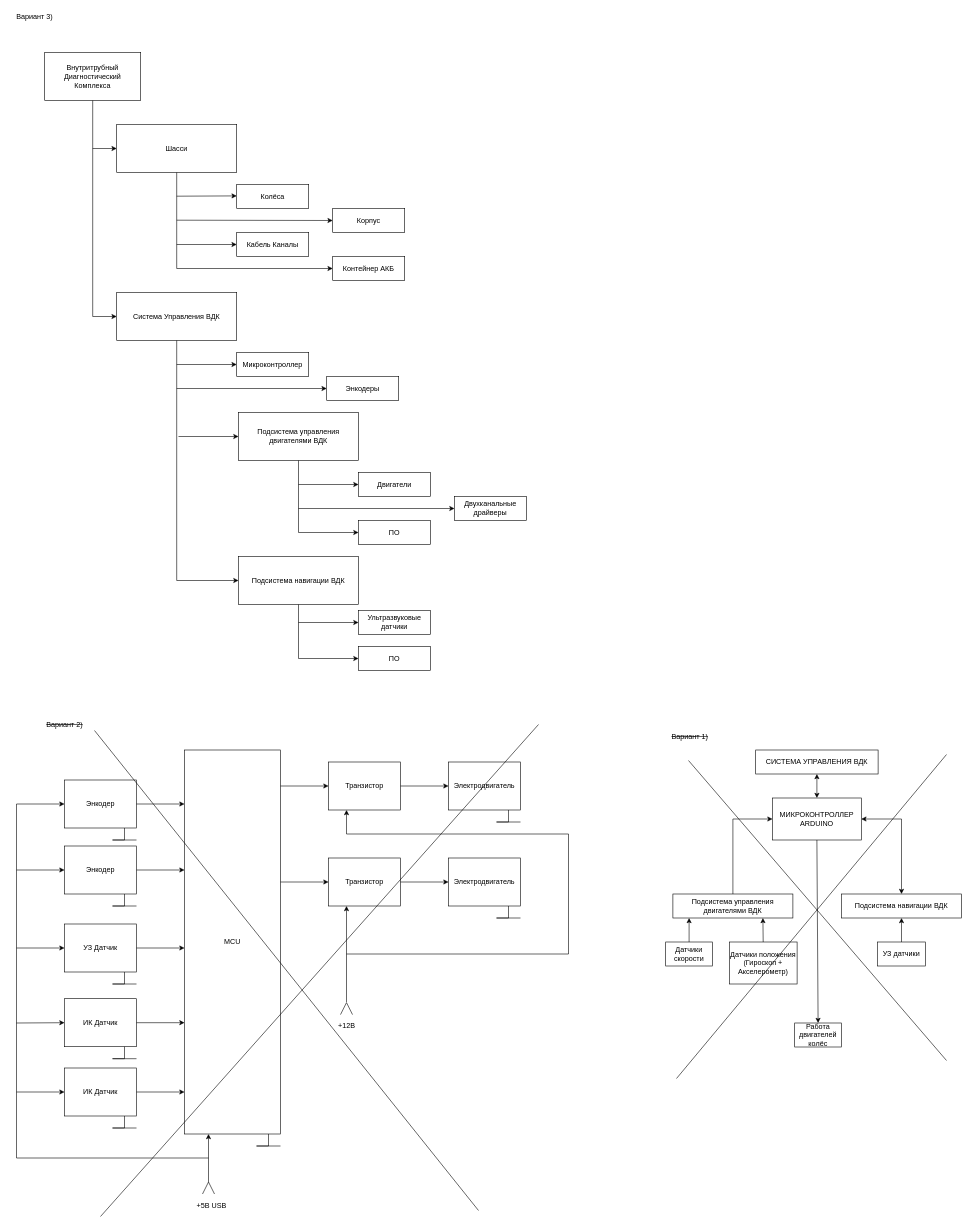
Above: Наработки/Структурная Схема.drawio in AlexRussellGit/VKR---Russell-Alexander (draw.io), before the change. Source tidied: cells renumbered, new cells numbered last; positions are measured from the earlier drawing's top-left corner, leaving out a move shared by most shapes. Both pictures are drawn from the tidied source at 60%, with x=0, y=0 at pixel (10, 10).
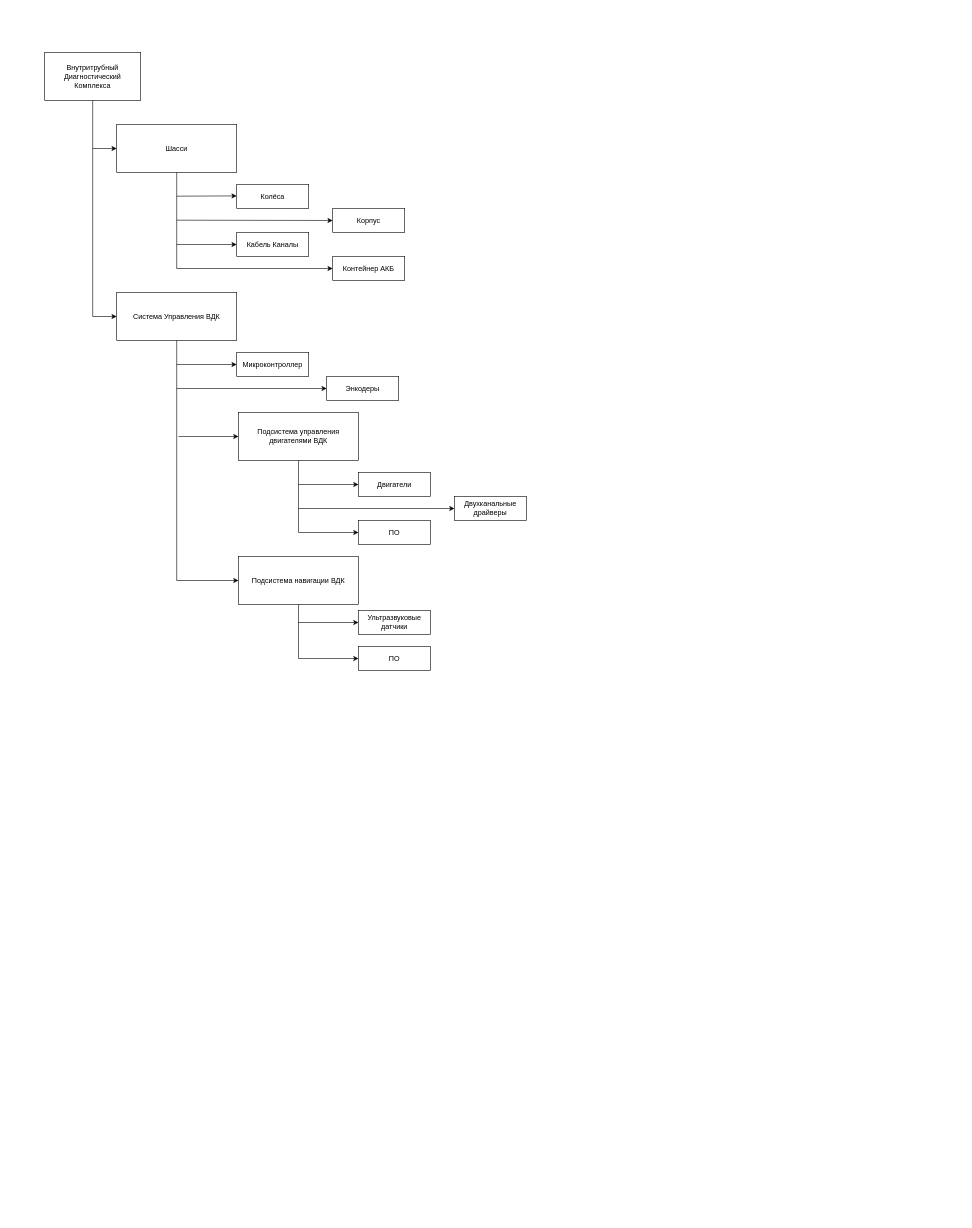
After the change.

Diff of the diagram source:
```diff
@@
-    <mxCell id="2" value="СИСТЕМА УПРАВЛЕНИЯ ВДК" style="rounded=0;whiteSpace=wrap;html=1;" parent="1" vertex="1">
-      <mxGeometry x="1242" y="1232.5" width="204" height="40" as="geometry" />
-    </mxCell>
-    <mxCell id="3" value="Подсистема управления двигателями ВДК" style="rounded=0;whiteSpace=wrap;html=1;" parent="1" vertex="1">
-      <mxGeometry x="1104" y="1472.5" width="200" height="40" as="geometry" />
-    </mxCell>
-    <mxCell id="4" value="Подсистема навигации ВДК" style="rounded=0;whiteSpace=wrap;html=1;" parent="1" vertex="1">
-      <mxGeometry x="1385" y="1472.5" width="200" height="40" as="geometry" />
-    </mxCell>
-    <mxCell id="5" value="Датчики скорости" style="rounded=0;whiteSpace=wrap;html=1;" parent="1" vertex="1">
-      <mxGeometry x="1092" y="1552.5" width="78" height="40" as="geometry" />
-    </mxCell>
-    <mxCell id="6" style="endArrow=classic;html=1;rounded=0;entryX=0.25;entryY=1;entryDx=0;entryDy=0;exitX=0.5;exitY=0;exitDx=0;exitDy=0;" parent="1" edge="1" source="5">
-      <mxGeometry relative="1" as="geometry">
-        <mxPoint x="1131" y="1512.5" as="targetPoint" />
-      </mxGeometry>
-    </mxCell>
-    <mxCell id="7" value="Датчики положения (Гироскоп + Акселерометр)" style="rounded=0;whiteSpace=wrap;html=1;" parent="1" vertex="1">
-      <mxGeometry x="1198" y="1552.5" width="113" height="70" as="geometry" />
-    </mxCell>
-    <mxCell id="8" style="endArrow=classic;html=1;rounded=0;exitX=0.5;exitY=0;exitDx=0;exitDy=0;entryX=0.75;entryY=1;entryDx=0;entryDy=0;" parent="1" edge="1" source="7" target="3">
-      <mxGeometry relative="1" as="geometry" />
-    </mxCell>
-    <mxCell id="9" value="Работа двигателей колёс" style="rounded=0;whiteSpace=wrap;html=1;" parent="1" vertex="1">
-      <mxGeometry x="1307" y="1687.5" width="78" height="40" as="geometry" />
-    </mxCell>
-    <mxCell id="10" value="УЗ датчики" style="rounded=0;whiteSpace=wrap;html=1;" parent="1" vertex="1">
-      <mxGeometry x="1445" y="1552.5" width="80" height="40" as="geometry" />
-    </mxCell>
-    <mxCell id="11" style="endArrow=classic;html=1;rounded=0;exitX=0.5;exitY=0;exitDx=0;exitDy=0;entryX=0.75;entryY=1;entryDx=0;entryDy=0;" parent="1" edge="1" source="10">
-      <mxGeometry relative="1" as="geometry">
-        <mxPoint x="1485" y="1512.5" as="targetPoint" />
-      </mxGeometry>
-    </mxCell>
-    <mxCell id="12" value="МИКРОКОНТРОЛЛЕР ARDUINO" style="rounded=0;whiteSpace=wrap;html=1;" parent="1" vertex="1">
-      <mxGeometry x="1270" y="1312.5" width="148" height="70" as="geometry" />
-    </mxCell>
-    <mxCell id="13" style="endArrow=classic;html=1;rounded=0;exitX=0.5;exitY=0;exitDx=0;exitDy=0;entryX=0;entryY=0.5;entryDx=0;entryDy=0;" parent="1" edge="1" source="3" target="12">
-      <mxGeometry relative="1" as="geometry">
-        <Array as="points">
-          <mxPoint x="1204" y="1347.5" />
-        </Array>
-      </mxGeometry>
-    </mxCell>
-    <mxCell id="14" style="endArrow=classic;startArrow=classic;html=1;rounded=0;entryX=1;entryY=0.5;entryDx=0;entryDy=0;exitX=0.5;exitY=0;exitDx=0;exitDy=0;" parent="1" edge="1" source="4" target="12">
-      <mxGeometry relative="1" as="geometry">
-        <Array as="points">
-          <mxPoint x="1485" y="1347.5" />
-        </Array>
-      </mxGeometry>
-    </mxCell>
-    <mxCell id="15" style="endArrow=classic;startArrow=classic;html=1;rounded=0;entryX=0.5;entryY=1;entryDx=0;entryDy=0;" parent="1" edge="1" source="12" target="2">
-      <mxGeometry relative="1" as="geometry" />
-    </mxCell>
-    <mxCell id="16" style="endArrow=classic;html=1;rounded=0;exitX=0.5;exitY=1;exitDx=0;exitDy=0;entryX=0.5;entryY=0;entryDx=0;entryDy=0;" parent="1" edge="1" source="12" target="9">
-      <mxGeometry relative="1" as="geometry" />
-    </mxCell>
-    <mxCell id="17" value="MCU" style="rounded=0;whiteSpace=wrap;html=1;" parent="1" vertex="1">
-      <mxGeometry x="290" y="1232.5" width="160" height="640" as="geometry" />
-    </mxCell>
-    <mxCell id="18" value="Энкодер" style="rounded=0;whiteSpace=wrap;html=1;" parent="1" vertex="1">
-      <mxGeometry x="90" y="1392.5" width="120" height="80" as="geometry" />
-    </mxCell>
-    <mxCell id="19" value="УЗ Датчик" style="rounded=0;whiteSpace=wrap;html=1;" parent="1" vertex="1">
-      <mxGeometry x="90" y="1522.5" width="120" height="80" as="geometry" />
-    </mxCell>
-    <mxCell id="20" style="endArrow=classic;html=1;rounded=0;exitX=1;exitY=0.5;exitDx=0;exitDy=0;" parent="1" edge="1" source="18">
-      <mxGeometry relative="1" as="geometry">
-        <mxPoint x="290" y="1432.5" as="targetPoint" />
-      </mxGeometry>
-    </mxCell>
-    <mxCell id="21" style="endArrow=classic;html=1;rounded=0;exitX=1;exitY=0.5;exitDx=0;exitDy=0;" parent="1" edge="1" source="19">
-      <mxGeometry relative="1" as="geometry">
-        <mxPoint x="290" y="1562.5" as="targetPoint" />
-      </mxGeometry>
-    </mxCell>
-    <mxCell id="22" value="Транзистор" style="rounded=0;whiteSpace=wrap;html=1;" parent="1" vertex="1">
-      <mxGeometry x="530" y="1412.5" width="120" height="80" as="geometry" />
-    </mxCell>
-    <mxCell id="23" style="endArrow=classic;html=1;rounded=0;entryX=0;entryY=0.5;entryDx=0;entryDy=0;exitX=1;exitY=0.5;exitDx=0;exitDy=0;" parent="1" edge="1" target="22">
-      <mxGeometry relative="1" as="geometry">
-        <mxPoint x="450" y="1452.5" as="sourcePoint" />
-      </mxGeometry>
-    </mxCell>
-    <mxCell id="24" value="Электродвигатель" style="rounded=0;whiteSpace=wrap;html=1;" parent="1" vertex="1">
-      <mxGeometry x="730" y="1412.5" width="120" height="80" as="geometry" />
-    </mxCell>
-    <mxCell id="25" style="endArrow=classic;html=1;rounded=0;entryX=0;entryY=0.5;entryDx=0;entryDy=0;exitX=1;exitY=0.5;exitDx=0;exitDy=0;" parent="1" edge="1" source="22" target="24">
-      <mxGeometry relative="1" as="geometry" />
-    </mxCell>
-    <mxCell id="26" style="endArrow=none;html=1;rounded=0;entryX=0.25;entryY=1;entryDx=0;entryDy=0;" parent="1" edge="1">
-      <mxGeometry relative="1" as="geometry">
-        <mxPoint x="210" y="1622.5" as="sourcePoint" />
-        <mxPoint x="190" y="1602.5" as="targetPoint" />
-        <Array as="points">
-          <mxPoint x="170" y="1622.5" />
-          <mxPoint x="190" y="1622.5" />
-        </Array>
-      </mxGeometry>
-    </mxCell>
-    <mxCell id="27" style="endArrow=none;html=1;rounded=0;entryX=0.25;entryY=1;entryDx=0;entryDy=0;" parent="1" edge="1">
-      <mxGeometry relative="1" as="geometry">
-        <mxPoint x="210" y="1492.5" as="sourcePoint" />
-        <mxPoint x="190" y="1472.5" as="targetPoint" />
-        <Array as="points">
-          <mxPoint x="170" y="1492.5" />
-          <mxPoint x="190" y="1492.5" />
-        </Array>
-      </mxGeometry>
-    </mxCell>
-    <mxCell id="28" style="endArrow=none;html=1;rounded=0;entryX=0.25;entryY=1;entryDx=0;entryDy=0;" parent="1" edge="1">
-      <mxGeometry relative="1" as="geometry">
-        <mxPoint x="450" y="1892.5" as="sourcePoint" />
-        <mxPoint x="430" y="1872.5" as="targetPoint" />
-        <Array as="points">
-          <mxPoint x="410" y="1892.5" />
-          <mxPoint x="430" y="1892.5" />
-        </Array>
-      </mxGeometry>
-    </mxCell>
-    <mxCell id="29" style="endArrow=none;html=1;rounded=0;entryX=0.25;entryY=1;entryDx=0;entryDy=0;" parent="1" edge="1">
-      <mxGeometry relative="1" as="geometry">
-        <mxPoint x="850" y="1512.5" as="sourcePoint" />
-        <mxPoint x="830" y="1492.5" as="targetPoint" />
-        <Array as="points">
-          <mxPoint x="810" y="1512.5" />
-          <mxPoint x="830" y="1512.5" />
-        </Array>
-      </mxGeometry>
-    </mxCell>
-    <mxCell id="30" style="endArrow=none;html=1;rounded=0;" parent="1" edge="1">
-      <mxGeometry relative="1" as="geometry">
-        <mxPoint x="320" y="1972.5" as="sourcePoint" />
-        <mxPoint x="340" y="1972.5" as="targetPoint" />
-        <Array as="points">
-          <mxPoint x="330" y="1952.5" />
-        </Array>
-      </mxGeometry>
-    </mxCell>
-    <mxCell id="31" value="+5В USB" style="text;html=1;align=center;verticalAlign=middle;strokeColor=none;fillColor=none;" parent="1" vertex="1">
-      <mxGeometry x="300" y="1982.5" width="70" height="20" as="geometry" />
-    </mxCell>
-    <mxCell id="32" value="+12В" style="text;html=1;align=center;verticalAlign=middle;strokeColor=none;fillColor=none;" parent="1" vertex="1">
-      <mxGeometry x="540" y="1682.5" width="40" height="20" as="geometry" />
-    </mxCell>
-    <mxCell id="33" style="endArrow=none;html=1;rounded=0;" parent="1" edge="1">
-      <mxGeometry relative="1" as="geometry">
-        <mxPoint x="550" y="1673.5" as="sourcePoint" />
-        <mxPoint x="570" y="1673.5" as="targetPoint" />
-        <Array as="points">
-          <mxPoint x="560" y="1653.5" />
-        </Array>
-      </mxGeometry>
-    </mxCell>
-    <mxCell id="34" style="endArrow=classic;html=1;rounded=0;entryX=0.25;entryY=1;entryDx=0;entryDy=0;" parent="1" edge="1" target="22">
-      <mxGeometry relative="1" as="geometry">
-        <mxPoint x="560" y="1652.5" as="sourcePoint" />
-      </mxGeometry>
-    </mxCell>
-    <mxCell id="35" value="&lt;strike&gt;Вариант 2)&lt;/strike&gt;" style="text;html=1;align=center;verticalAlign=middle;strokeColor=none;fillColor=none;" parent="1" vertex="1">
-      <mxGeometry x="50" y="1180" width="80" height="20" as="geometry" />
-    </mxCell>
-    <mxCell id="36" value="&lt;strike&gt;Вариант 1)&lt;/strike&gt;" style="text;html=1;align=center;verticalAlign=middle;strokeColor=none;fillColor=none;" parent="1" vertex="1">
-      <mxGeometry x="1092" y="1200" width="80" height="20" as="geometry" />
-    </mxCell>
-    <mxCell id="37" value="Транзистор" style="rounded=0;whiteSpace=wrap;html=1;" parent="1" vertex="1">
-      <mxGeometry x="530" y="1252.5" width="120" height="80" as="geometry" />
-    </mxCell>
-    <mxCell id="38" style="endArrow=classic;html=1;rounded=0;entryX=0;entryY=0.5;entryDx=0;entryDy=0;exitX=1;exitY=0.5;exitDx=0;exitDy=0;" parent="1" edge="1" target="37">
-      <mxGeometry relative="1" as="geometry">
-        <mxPoint x="450" y="1292.5" as="sourcePoint" />
-      </mxGeometry>
-    </mxCell>
-    <mxCell id="39" value="Электродвигатель" style="rounded=0;whiteSpace=wrap;html=1;" parent="1" vertex="1">
-      <mxGeometry x="730" y="1252.5" width="120" height="80" as="geometry" />
-    </mxCell>
-    <mxCell id="40" style="endArrow=classic;html=1;rounded=0;entryX=0;entryY=0.5;entryDx=0;entryDy=0;exitX=1;exitY=0.5;exitDx=0;exitDy=0;" parent="1" edge="1" source="37" target="39">
-      <mxGeometry relative="1" as="geometry" />
-    </mxCell>
-    <mxCell id="41" style="endArrow=none;html=1;rounded=0;entryX=0.25;entryY=1;entryDx=0;entryDy=0;" parent="1" edge="1">
-      <mxGeometry relative="1" as="geometry">
-        <mxPoint x="850" y="1352.5" as="sourcePoint" />
-        <mxPoint x="830" y="1332.5" as="targetPoint" />
-        <Array as="points">
-          <mxPoint x="810" y="1352.5" />
-          <mxPoint x="830" y="1352.5" />
-        </Array>
-      </mxGeometry>
-    </mxCell>
-    <mxCell id="42" style="endArrow=classic;html=1;rounded=0;entryX=0.25;entryY=1;entryDx=0;entryDy=0;" parent="1" edge="1" target="37">
-      <mxGeometry relative="1" as="geometry">
-        <mxPoint x="560" y="1572.5" as="sourcePoint" />
-        <Array as="points">
-          <mxPoint x="930" y="1572.5" />
-          <mxPoint x="930" y="1372.5" />
-          <mxPoint x="560" y="1372.5" />
-        </Array>
-      </mxGeometry>
-    </mxCell>
-    <mxCell id="43" value="Энкодер" style="rounded=0;whiteSpace=wrap;html=1;" parent="1" vertex="1">
-      <mxGeometry x="90" y="1282.5" width="120" height="80" as="geometry" />
-    </mxCell>
-    <mxCell id="44" style="endArrow=classic;html=1;rounded=0;exitX=1;exitY=0.5;exitDx=0;exitDy=0;" parent="1" edge="1" source="43">
-      <mxGeometry relative="1" as="geometry">
-        <mxPoint x="290" y="1322.5" as="targetPoint" />
-      </mxGeometry>
-    </mxCell>
-    <mxCell id="45" style="endArrow=none;html=1;rounded=0;entryX=0.25;entryY=1;entryDx=0;entryDy=0;" parent="1" edge="1">
-      <mxGeometry relative="1" as="geometry">
-        <mxPoint x="210" y="1382.5" as="sourcePoint" />
-        <mxPoint x="190" y="1362.5" as="targetPoint" />
-        <Array as="points">
-          <mxPoint x="170" y="1382.5" />
-          <mxPoint x="190" y="1382.5" />
-        </Array>
-      </mxGeometry>
-    </mxCell>
-    <mxCell id="46" value="ИК Датчик" style="rounded=0;whiteSpace=wrap;html=1;" parent="1" vertex="1">
-      <mxGeometry x="90" y="1647" width="120" height="80" as="geometry" />
-    </mxCell>
-    <mxCell id="47" style="endArrow=classic;html=1;rounded=0;exitX=1;exitY=0.5;exitDx=0;exitDy=0;" parent="1" edge="1" source="46">
-      <mxGeometry relative="1" as="geometry">
-        <mxPoint x="290" y="1687" as="targetPoint" />
-      </mxGeometry>
-    </mxCell>
-    <mxCell id="48" style="endArrow=none;html=1;rounded=0;entryX=0.25;entryY=1;entryDx=0;entryDy=0;" parent="1" edge="1">
-      <mxGeometry relative="1" as="geometry">
-        <mxPoint x="210" y="1747" as="sourcePoint" />
-        <mxPoint x="190" y="1727" as="targetPoint" />
-        <Array as="points">
-          <mxPoint x="170" y="1747" />
-          <mxPoint x="190" y="1747" />
-        </Array>
-      </mxGeometry>
-    </mxCell>
-    <mxCell id="49" value="ИК Датчик" style="rounded=0;whiteSpace=wrap;html=1;" parent="1" vertex="1">
-      <mxGeometry x="90" y="1762.5" width="120" height="80" as="geometry" />
-    </mxCell>
-    <mxCell id="50" style="endArrow=classic;html=1;rounded=0;exitX=1;exitY=0.5;exitDx=0;exitDy=0;" parent="1" edge="1" source="49">
-      <mxGeometry relative="1" as="geometry">
-        <mxPoint x="290" y="1802.5" as="targetPoint" />
-      </mxGeometry>
-    </mxCell>
-    <mxCell id="51" style="endArrow=none;html=1;rounded=0;entryX=0.25;entryY=1;entryDx=0;entryDy=0;" parent="1" edge="1">
-      <mxGeometry relative="1" as="geometry">
-        <mxPoint x="210" y="1862.5" as="sourcePoint" />
-        <mxPoint x="190" y="1842.5" as="targetPoint" />
-        <Array as="points">
-          <mxPoint x="170" y="1862.5" />
-          <mxPoint x="190" y="1862.5" />
-        </Array>
-      </mxGeometry>
-    </mxCell>
-    <mxCell id="52" style="endArrow=classic;html=1;rounded=0;entryX=0.25;entryY=1;entryDx=0;entryDy=0;" parent="1" edge="1" target="17">
-      <mxGeometry relative="1" as="geometry">
-        <mxPoint x="330" y="1952.5" as="sourcePoint" />
-      </mxGeometry>
-    </mxCell>
-    <mxCell id="53" style="endArrow=classic;html=1;rounded=0;entryX=0;entryY=0.5;entryDx=0;entryDy=0;" parent="1" edge="1" target="43">
-      <mxGeometry relative="1" as="geometry">
-        <mxPoint x="330" y="1912.5" as="sourcePoint" />
-        <Array as="points">
-          <mxPoint x="10" y="1912.5" />
-          <mxPoint x="10" y="1322.5" />
-        </Array>
-      </mxGeometry>
-    </mxCell>
-    <mxCell id="54" style="endArrow=classic;html=1;rounded=0;entryX=0;entryY=0.5;entryDx=0;entryDy=0;" parent="1" edge="1" target="18">
-      <mxGeometry relative="1" as="geometry">
-        <mxPoint x="10" y="1432.5" as="sourcePoint" />
-      </mxGeometry>
-    </mxCell>
-    <mxCell id="55" style="endArrow=classic;html=1;rounded=0;entryX=0;entryY=0.5;entryDx=0;entryDy=0;" parent="1" edge="1" target="19">
-      <mxGeometry relative="1" as="geometry">
-        <mxPoint x="10" y="1562.5" as="sourcePoint" />
-      </mxGeometry>
-    </mxCell>
-    <mxCell id="56" style="endArrow=classic;html=1;rounded=0;entryX=0;entryY=0.5;entryDx=0;entryDy=0;" parent="1" edge="1" target="49">
-      <mxGeometry relative="1" as="geometry">
-        <mxPoint x="10" y="1802.5" as="sourcePoint" />
-      </mxGeometry>
-    </mxCell>
-    <mxCell id="57" style="endArrow=classic;html=1;rounded=0;entryX=0;entryY=0.5;entryDx=0;entryDy=0;" parent="1" edge="1" target="46">
-      <mxGeometry relative="1" as="geometry">
-        <mxPoint x="10" y="1687.5" as="sourcePoint" />
-      </mxGeometry>
-    </mxCell>
-    <mxCell id="58" style="endArrow=none;html=1;rounded=0;" parent="1" edge="1">
-      <mxGeometry relative="1" as="geometry">
-        <mxPoint x="1560" y="1750" as="sourcePoint" />
-        <mxPoint x="1130" y="1250" as="targetPoint" />
-      </mxGeometry>
-    </mxCell>
-    <mxCell id="59" style="endArrow=none;html=1;rounded=0;" parent="1" edge="1">
-      <mxGeometry relative="1" as="geometry">
-        <mxPoint x="1110" y="1780" as="sourcePoint" />
-        <mxPoint x="1560" y="1240" as="targetPoint" />
-      </mxGeometry>
-    </mxCell>
@@
-    <mxCell id="91" style="endArrow=none;html=1;rounded=0;" parent="1" edge="1">
-      <mxGeometry relative="1" as="geometry">
-        <mxPoint x="140" y="1200" as="sourcePoint" />
-        <mxPoint x="780" y="2000" as="targetPoint" />
-      </mxGeometry>
-    </mxCell>
-    <mxCell id="92" style="endArrow=none;html=1;rounded=0;" parent="1" edge="1">
-      <mxGeometry relative="1" as="geometry">
-        <mxPoint x="150" y="2010" as="sourcePoint" />
-        <mxPoint x="880" y="1190" as="targetPoint" />
-      </mxGeometry>
-    </mxCell>
-    <mxCell id="93" value="Вариант 3)" style="text;html=1;align=center;verticalAlign=middle;strokeColor=none;fillColor=none;" parent="1" vertex="1">
-      <mxGeometry width="80" height="20" as="geometry" />
-    </mxCell>
```
